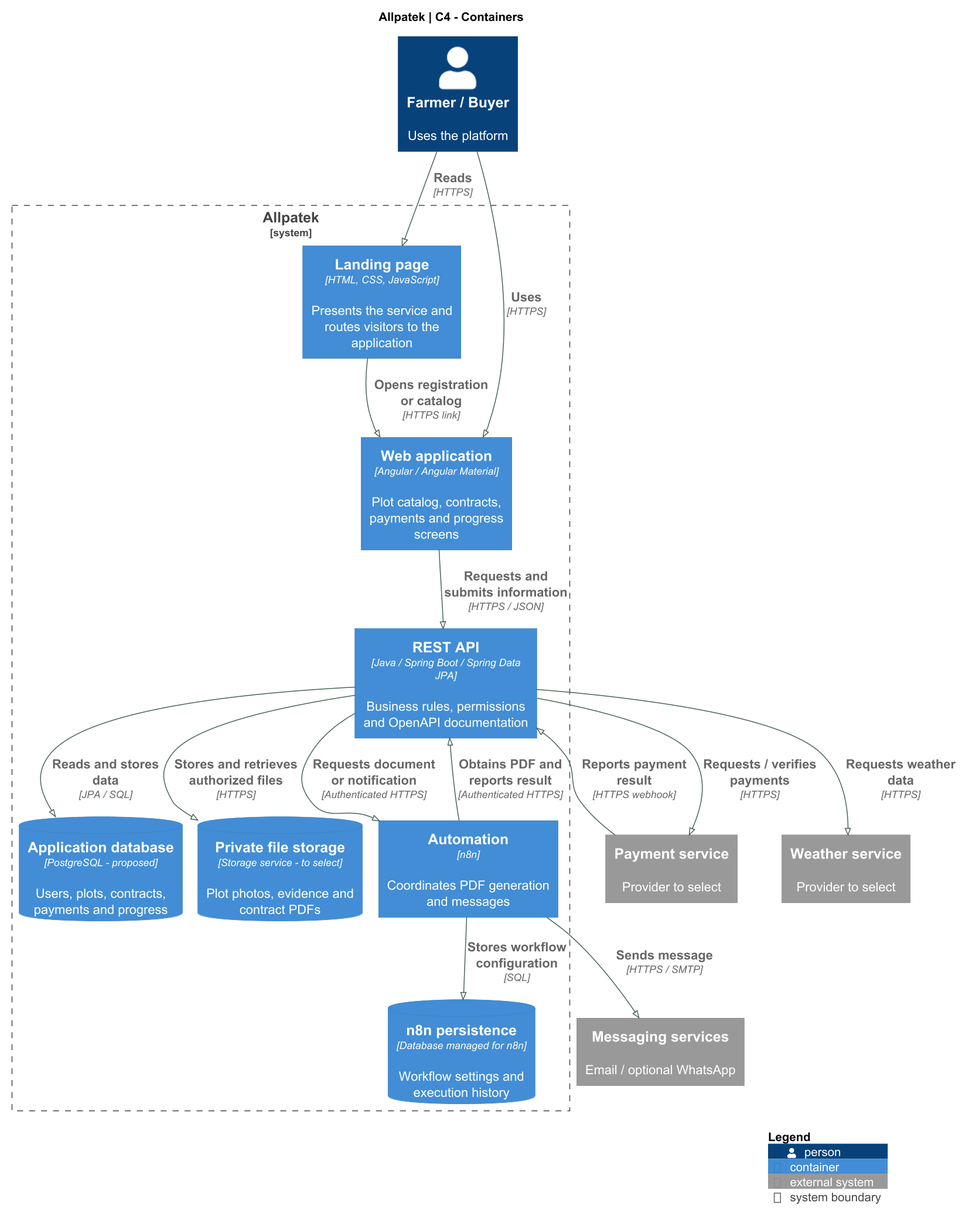
The PlantUML diagram assets/chapter-04/architecture/03-containers.png in upc-pre-202620-1asi0729-7753-Terranova/allpatek-report, before a commit.
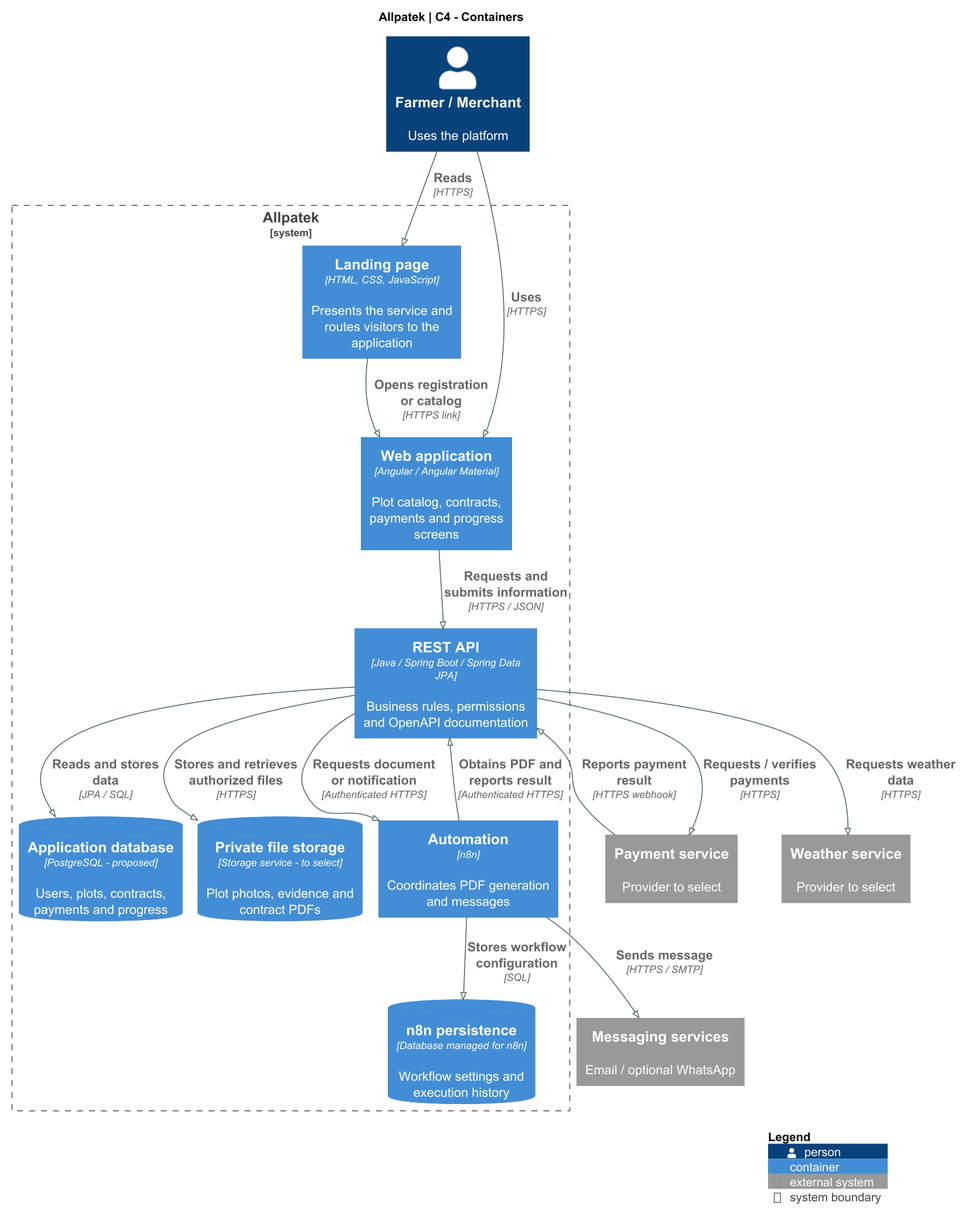
The same file after the commit.

Change to the diagram source:
```diff
@@ -11,7 +11,7 @@
 title Allpatek | C4 - Containers
 
 LAYOUT_TOP_DOWN()
-Person(user,"Farmer / Buyer","Uses the platform")
+Person(user,"Farmer / Merchant","Uses the platform")
 System_Boundary(allpatek,"Allpatek") {
  Container(landing,"Landing page","HTML, CSS, JavaScript","Presents the service and routes visitors to the application")
  Container(web,"Web application","Angular / Angular Material","Plot catalog, contracts, payments and progress screens")
```
